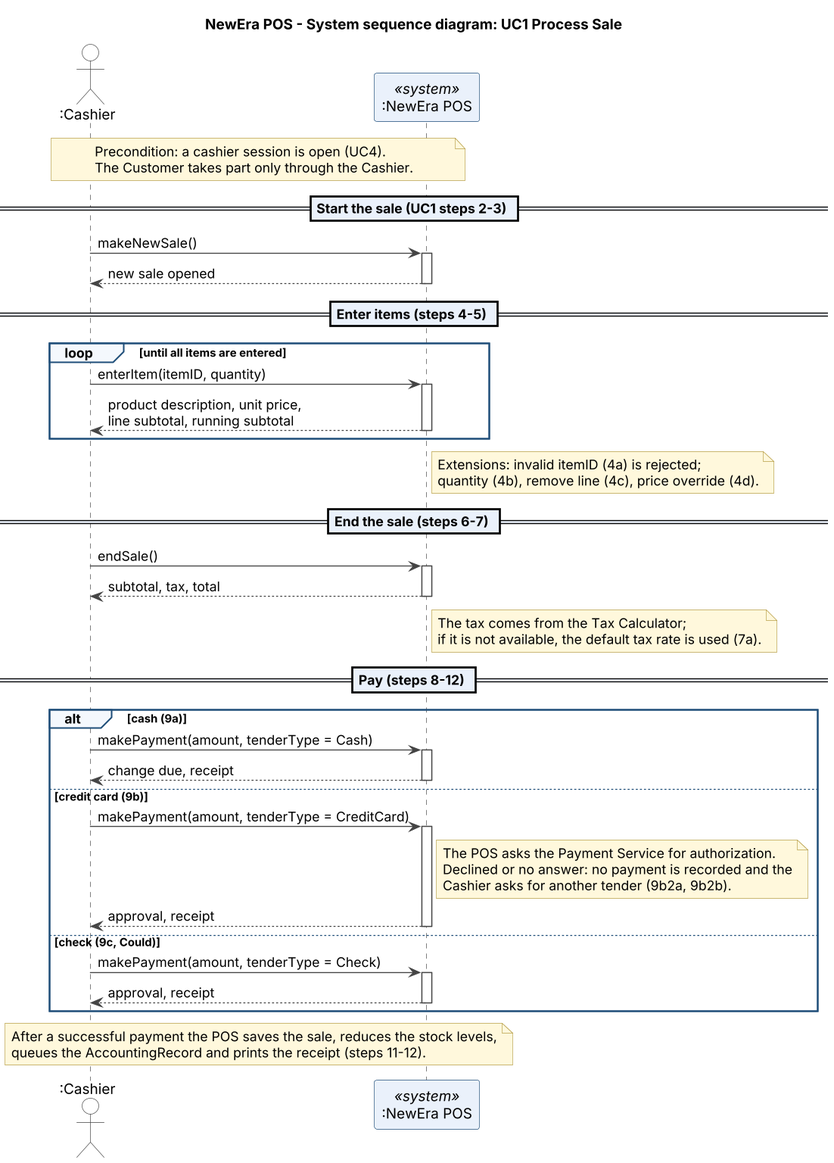
Before: assets/ssd_uc1.png, a diagram exported from PlantUML (bhsei/26D). Source of this version:
```plantuml
@startuml

skinparam shadowing false
skinparam dpi 130
skinparam defaultFontName Arial
skinparam ArrowColor #444444
skinparam SequenceLifeLineBorderColor #444444
skinparam ParticipantBorderColor #1F4E79
skinparam ParticipantBackgroundColor #EAF1FB
skinparam ActorBorderColor #444444
skinparam ActorBackgroundColor #FFFFFF
skinparam SequenceGroupBackgroundColor #F4F8FD
skinparam SequenceGroupBorderColor #1F4E79
skinparam SequenceDividerBackgroundColor #EAF1FB
skinparam NoteBackgroundColor #FFF8DC
skinparam NoteBorderColor #B8A04A
skinparam responseMessageBelowArrow true

title NewEra POS - System sequence diagram: UC1 Process Sale

actor ":Cashier" as Cashier
participant ":NewEra POS" as POS <<system>>

note over Cashier, POS
  Precondition: a cashier session is open (UC4).
  The Customer takes part only through the Cashier.
end note

== Start the sale (UC1 steps 2-3) ==
Cashier -> POS : makeNewSale()
activate POS
POS --> Cashier : new sale opened
deactivate POS

== Enter items (steps 4-5) ==
loop until all items are entered
  Cashier -> POS : enterItem(itemID, quantity)
  activate POS
  POS --> Cashier : product description, unit price,\nline subtotal, running subtotal
  deactivate POS
end
note right of POS
  Extensions: invalid itemID (4a) is rejected;
  quantity (4b), remove line (4c), price override (4d).
end note

== End the sale (steps 6-7) ==
Cashier -> POS : endSale()
activate POS
POS --> Cashier : subtotal, tax, total
deactivate POS
note right of POS
  The tax comes from the Tax Calculator;
  if it is not available, the default tax rate is used (7a).
end note

== Pay (steps 8-12) ==
alt cash (9a)
  Cashier -> POS : makePayment(amount, tenderType = Cash)
  activate POS
  POS --> Cashier : change due, receipt
  deactivate POS
else credit card (9b)
  Cashier -> POS : makePayment(amount, tenderType = CreditCard)
  activate POS
  note right of POS
    The POS asks the Payment Service for authorization.
    Declined or no answer: no payment is recorded and the
    Cashier asks for another tender (9b2a, 9b2b).
  end note
  POS --> Cashier : approval, receipt
  deactivate POS
else check (9c, Could)
  Cashier -> POS : makePayment(amount, tenderType = Check)
  activate POS
  POS --> Cashier : approval, receipt
  deactivate POS
end

note over Cashier, POS
  After a successful payment the POS saves the sale, reduces the stock levels,
  queues the AccountingRecord and prints the receipt (steps 11-12).
end note
@enduml
```
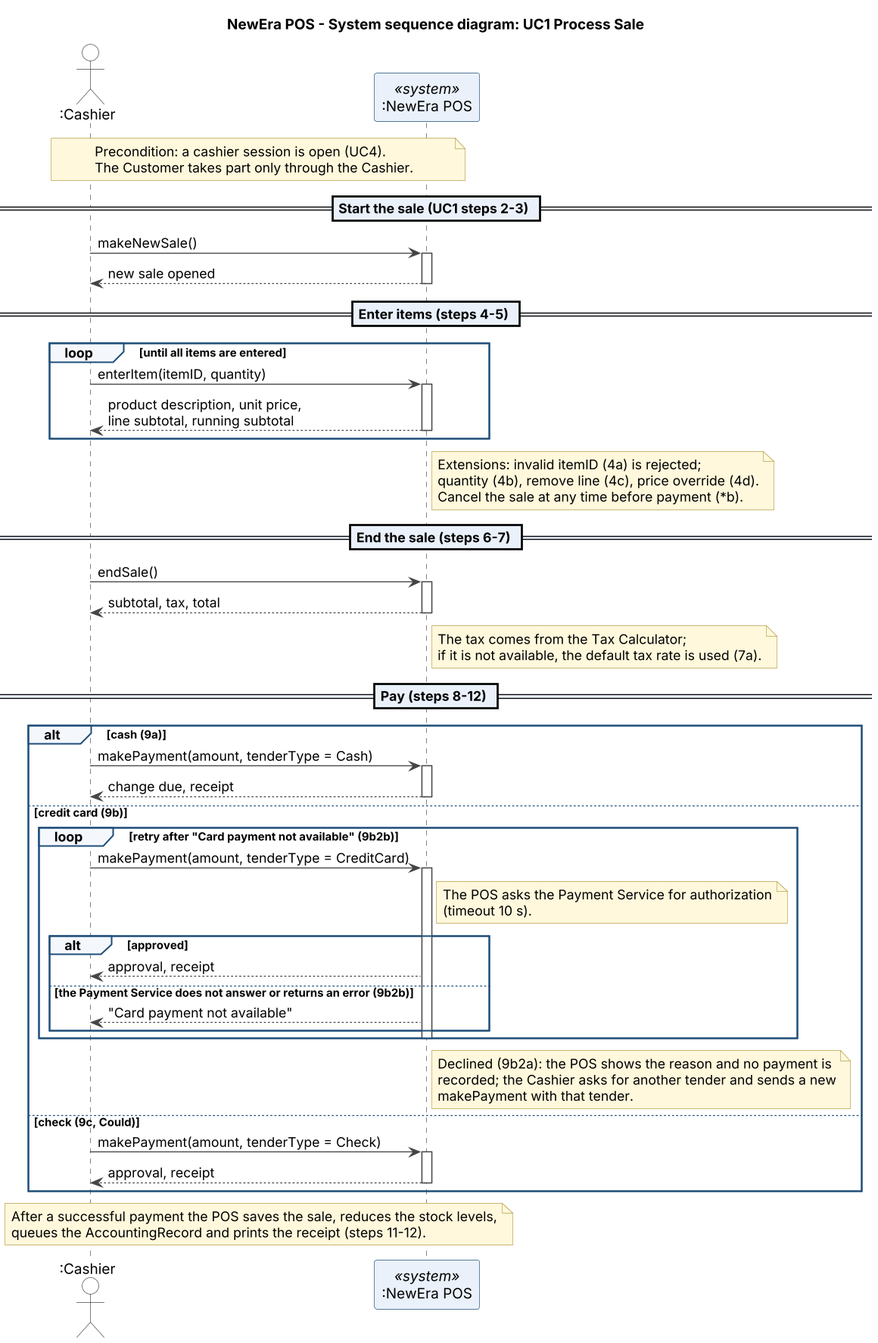
After the commit.

Commit message:
W7 - SSD of UC1; cancel as extension *b and card payment retry loop (SRS v1.0)

What changed in the source:
```diff
@@ -42,6 +42,7 @@
 note right of POS
   Extensions: invalid itemID (4a) is rejected;
   quantity (4b), remove line (4c), price override (4d).
+  Cancel the sale at any time before payment (*b).
 end note
 
 == End the sale (steps 6-7) ==
@@ -61,15 +62,25 @@
   POS --> Cashier : change due, receipt
   deactivate POS
 else credit card (9b)
-  Cashier -> POS : makePayment(amount, tenderType = CreditCard)
-  activate POS
+  loop retry after "Card payment not available" (9b2b)
+    Cashier -> POS : makePayment(amount, tenderType = CreditCard)
+    activate POS
+    note right of POS
+      The POS asks the Payment Service for authorization
+      (timeout 10 s).
+    end note
+    alt approved
+      POS --> Cashier : approval, receipt
+    else the Payment Service does not answer or returns an error (9b2b)
+      POS --> Cashier : "Card payment not available"
+    end
+    deactivate POS
+  end
   note right of POS
-    The POS asks the Payment Service for authorization.
-    Declined or no answer: no payment is recorded and the
-    Cashier asks for another tender (9b2a, 9b2b).
+    Declined (9b2a): the POS shows the reason and no payment is
+    recorded; the Cashier asks for another tender and sends a new
+    makePayment with that tender.
   end note
-  POS --> Cashier : approval, receipt
-  deactivate POS
 else check (9c, Could)
   Cashier -> POS : makePayment(amount, tenderType = Check)
   activate POS
```
